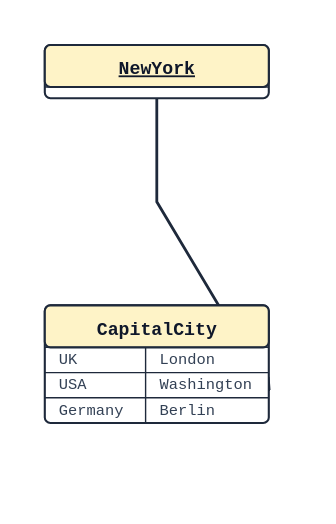
Earlier version of the PlantUML export docs/examples/object/06_map_qualified_anchor.svg (alliecatowo/puml). Its source is kept beside it as docs/examples/object/06_map_qualified_anchor.puml.
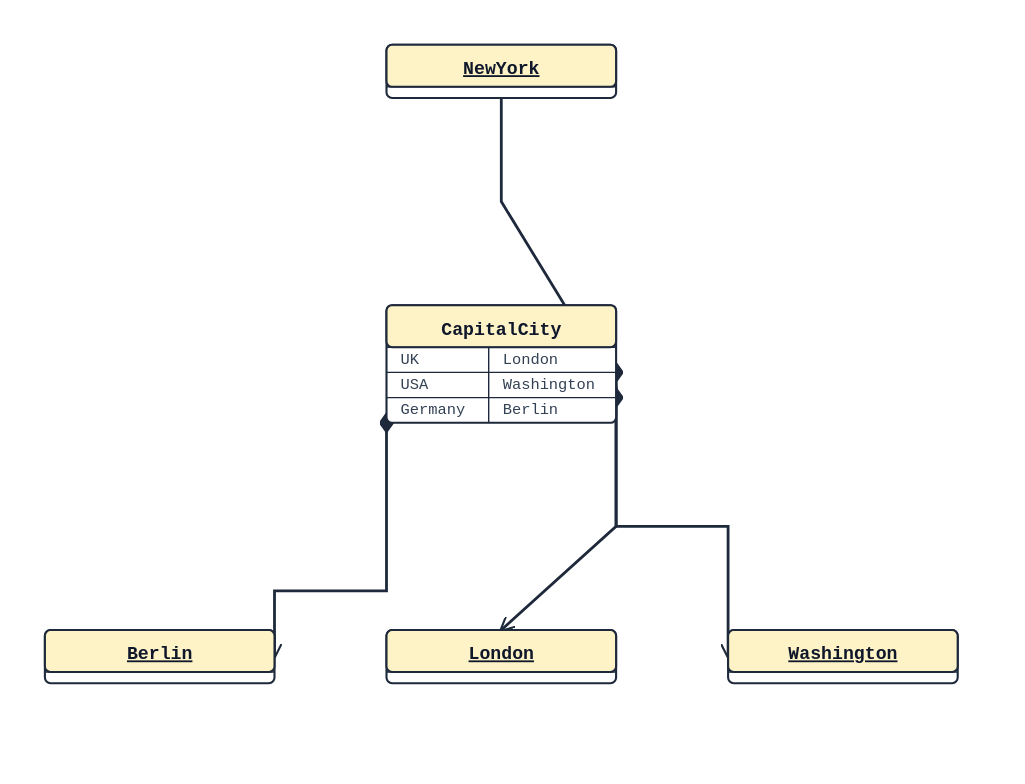
The same file after the commit.

Commit message:
fix(render): add object map row relations

Change to the diagram source:
```diff
@@ -1,9 +1,12 @@
 @startuml
+object London
+object Washington
+object Berlin
 object NewYork
 map CapitalCity {
-  UK => London
+  UK *-> London
   USA *--> Washington
-  Germany => Berlin
+  Germany *---> Berlin
 }
 NewYork --> CapitalCity::USA
 @enduml
```
